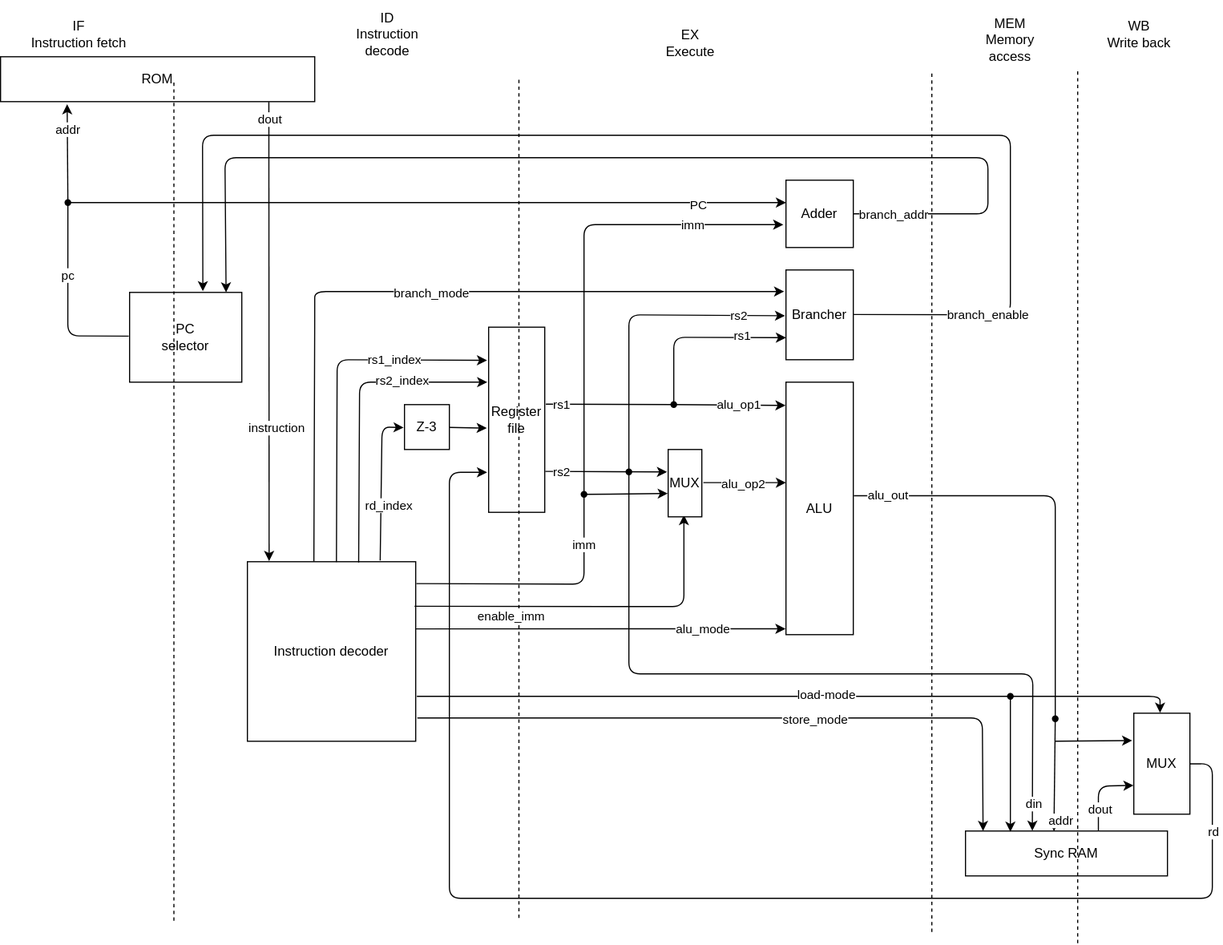
Above: doc/diagram.drawio.svg in ncotti/riscotti-v (draw.io), before the change. Source tidied: cells renumbered, new cells last; positions are measured from the earlier drawing's top-left corner, leaving out a move shared by most shapes.
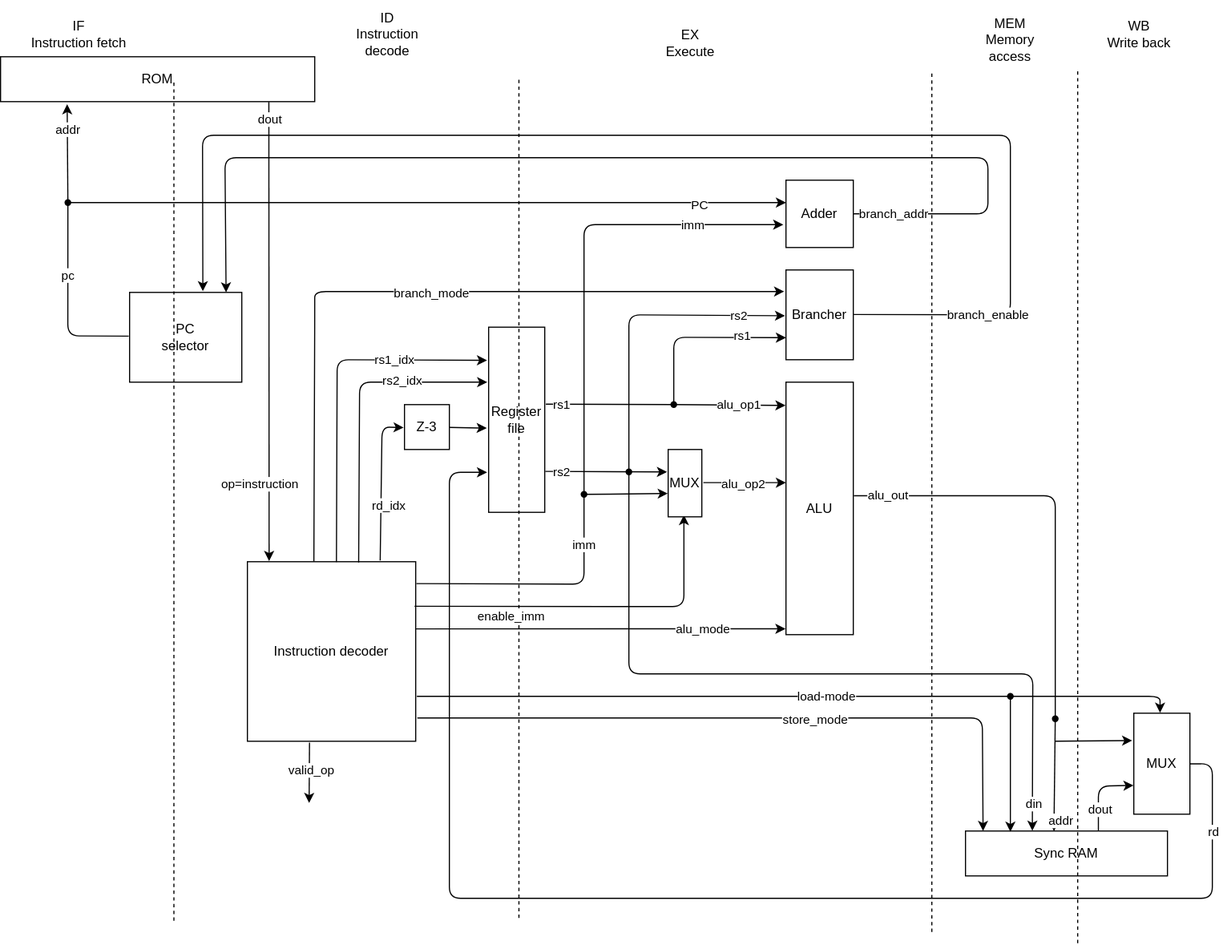
After the commit.

Commit message:
update instruction decoder

Diff of the diagram source:
```diff
@@ -77,7 +77,7 @@
         </Array>
       </mxGeometry>
     </mxCell>
-    <mxCell id="20" value="rs1_index" style="edgeLabel;html=1;align=center;verticalAlign=middle;" parent="19" vertex="1">
+    <mxCell id="20" value="rs1_idx" style="edgeLabel;html=1;align=center;verticalAlign=middle;" parent="19" vertex="1">
       <mxGeometry x="0.29" y="1" relative="1" as="geometry">
         <mxPoint x="28" as="offset" />
       </mxGeometry>
@@ -89,7 +89,7 @@
         </Array>
       </mxGeometry>
     </mxCell>
-    <mxCell id="22" value="&lt;div&gt;rs2_index&lt;/div&gt;" style="edgeLabel;html=1;align=center;verticalAlign=middle;" parent="21" vertex="1">
+    <mxCell id="22" value="&lt;div&gt;rs2_idx&lt;/div&gt;" style="edgeLabel;html=1;align=center;verticalAlign=middle;" parent="21" vertex="1">
       <mxGeometry x="0.23" y="2" relative="1" as="geometry">
         <mxPoint x="29" as="offset" />
       </mxGeometry>
@@ -247,7 +247,7 @@
         </Array>
       </mxGeometry>
     </mxCell>
-    <mxCell id="54" value="rd_index" style="edgeLabel;html=1;align=center;verticalAlign=middle;" parent="53" vertex="1">
+    <mxCell id="54" value="rd_idx" style="edgeLabel;html=1;align=center;verticalAlign=middle;" parent="53" vertex="1">
       <mxGeometry x="-0.31" y="1" relative="1" as="geometry">
         <mxPoint x="7" y="-1" as="offset" />
       </mxGeometry>
@@ -255,9 +255,9 @@
     <mxCell id="55" style="endArrow=classic;html=1;exitX=0.854;exitY=1.009;exitDx=0;exitDy=0;exitPerimeter=0;entryX=0.129;entryY=-0.004;entryDx=0;entryDy=0;entryPerimeter=0;" parent="1" edge="1" source="2" target="4">
       <mxGeometry relative="1" as="geometry" />
     </mxCell>
-    <mxCell id="56" value="instruction" style="edgeLabel;html=1;align=center;verticalAlign=middle;" parent="55" vertex="1">
+    <mxCell id="56" value="op=instruction" style="edgeLabel;html=1;align=center;verticalAlign=middle;" parent="55" vertex="1">
       <mxGeometry x="-0.82" y="-1" relative="1" as="geometry">
-        <mxPoint x="7" y="254" as="offset" />
+        <mxPoint x="-8" y="304" as="offset" />
       </mxGeometry>
     </mxCell>
     <mxCell id="57" value="dout" style="edgeLabel;html=1;align=center;verticalAlign=middle;" parent="55" vertex="1">
@@ -418,5 +418,13 @@
     <mxCell id="88" style="shape=waypoint;sketch=0;fillStyle=solid;size=6;points=[];fillColor=none;perimeter=centerPerimeter;snapToPoint=1;" parent="1" vertex="1">
       <mxGeometry x="890" y="610" width="20" height="20" as="geometry" />
     </mxCell>
+    <mxCell id="89" style="endArrow=classic;html=1;exitX=0.369;exitY=1.008;exitDx=0;exitDy=0;exitPerimeter=0;" parent="1" edge="1" source="4">
+      <mxGeometry relative="1" as="geometry">
+        <mxPoint x="275" y="715" as="targetPoint" />
+      </mxGeometry>
+    </mxCell>
+    <mxCell id="90" value="valid_op" style="edgeLabel;html=1;align=center;verticalAlign=middle;" parent="89" vertex="1">
+      <mxGeometry x="-0.1" y="1" relative="1" as="geometry" />
+    </mxCell>
   </root>
 </mxGraphModel>
```
